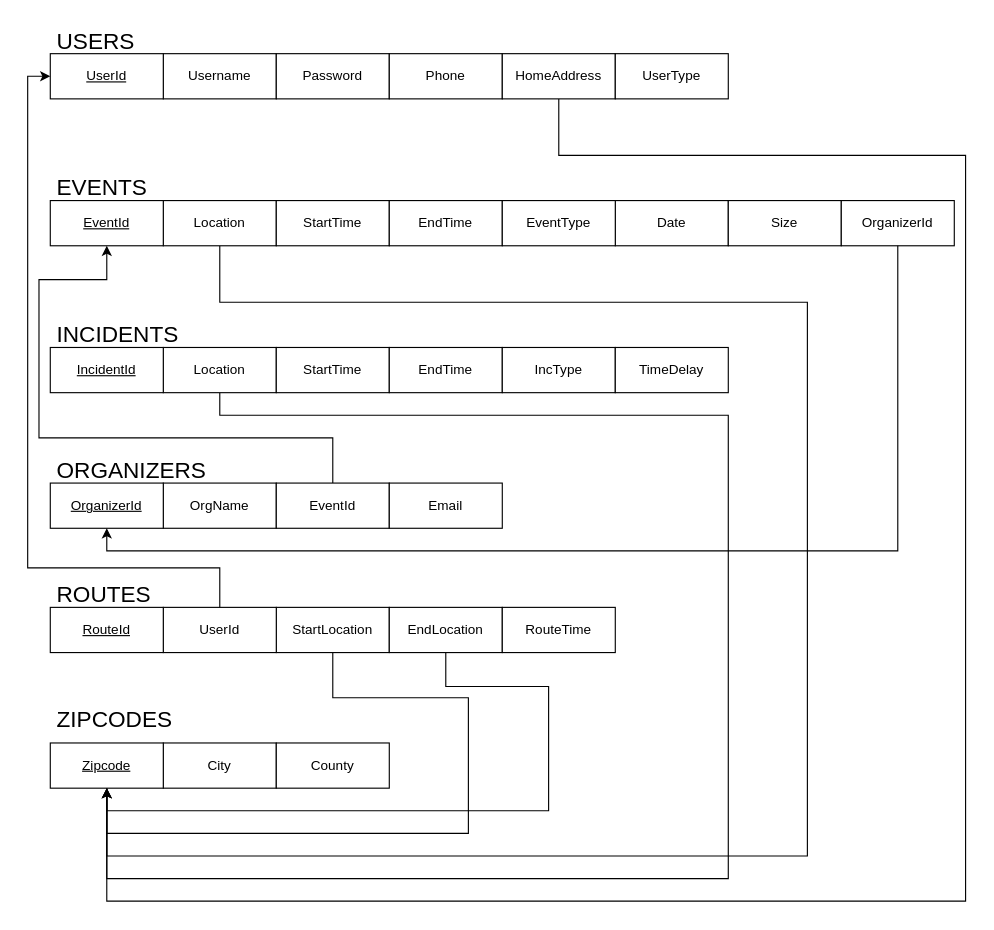
This is src/TrafficSeeIllustrativeDiagram.drawio from mariababko/TrafficSee, a draw.io file, before an edit. Source tidied: cells renumbered, new cells numbered last; positions are measured from the earlier drawing's top-left corner, leaving out a move shared by most shapes. Both pictures are drawn from the tidied source at 113%, with x=0, y=0 at pixel (27, 19).
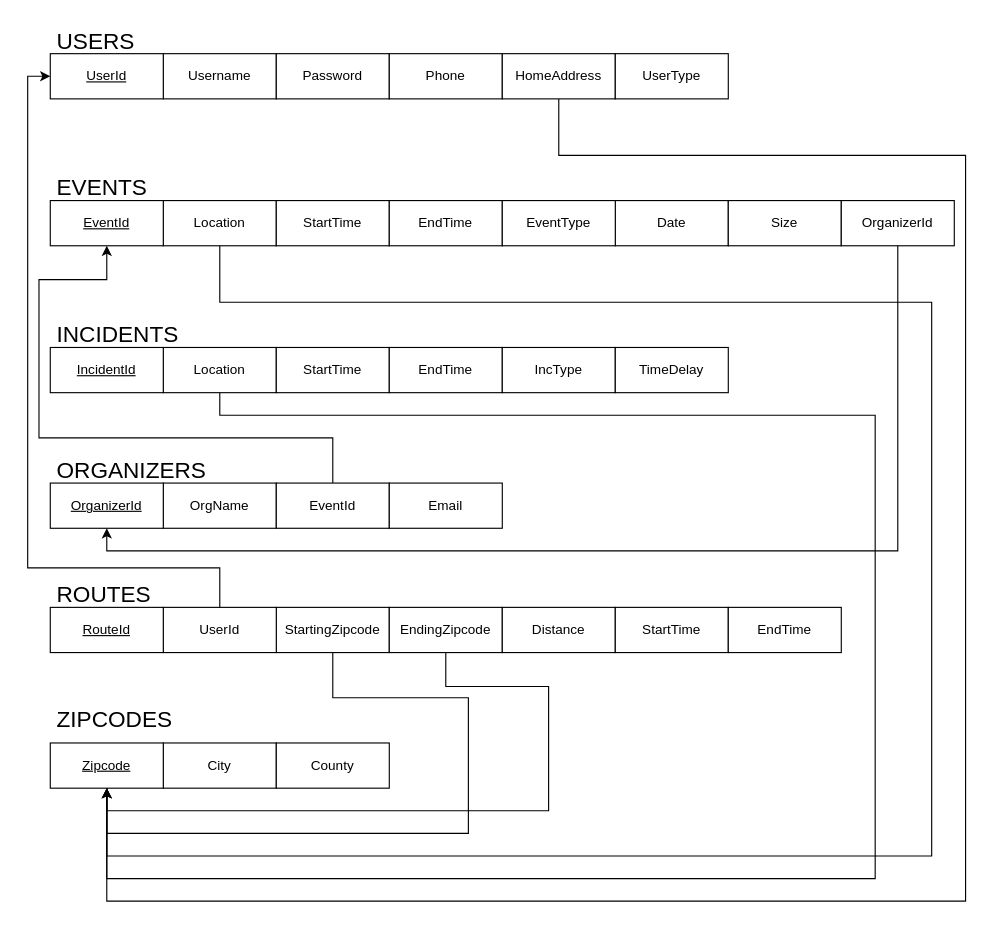
Above is the later version.

The change refers to these unchanged cells:
```xml
<mxCell id="11" value="Location" style="whiteSpace=wrap;html=1;align=center;" parent="1" vertex="1">
  <mxGeometry x="120" y="160" width="100" height="40" as="geometry" />
</mxCell>
<mxCell id="20" value="Location" style="whiteSpace=wrap;html=1;align=center;" parent="1" vertex="1">
  <mxGeometry x="120" y="290" width="100" height="40" as="geometry" />
</mxCell>
<mxCell id="46" value="&lt;u&gt;Zipcode&lt;/u&gt;" style="whiteSpace=wrap;html=1;align=center;" parent="1" vertex="1">
  <mxGeometry x="20" y="640" width="100" height="40" as="geometry" />
</mxCell>
```

The edit, as a diff of the source:
```diff
@@
     <mxCell id="10" style="edgeStyle=orthogonalEdgeStyle;rounded=0;jettySize=auto;html=1;entryX=0.5;entryY=1;entryDx=0;entryDy=0;" parent="1" edge="1" source="11" target="46">
       <mxGeometry relative="1" as="geometry">
         <Array as="points">
           <mxPoint x="170" y="250" />
-          <mxPoint x="690" y="250" />
-          <mxPoint x="690" y="740" />
+          <mxPoint x="800" y="250" />
+          <mxPoint x="800" y="740" />
           <mxPoint x="70" y="740" />
         </Array>
       </mxGeometry>
     </mxCell>
@@
     <mxCell id="19" style="edgeStyle=orthogonalEdgeStyle;rounded=0;jettySize=auto;html=1;exitX=0.5;exitY=1;exitDx=0;exitDy=0;entryX=0.5;entryY=0;entryDx=0;entryDy=0;" parent="1" edge="1" source="20" target="46">
       <mxGeometry relative="1" as="geometry">
         <Array as="points">
           <mxPoint x="170" y="350" />
-          <mxPoint x="620" y="350" />
-          <mxPoint x="620" y="760" />
+          <mxPoint x="750" y="350" />
+          <mxPoint x="750" y="760" />
           <mxPoint x="70" y="760" />
         </Array>
       </mxGeometry>
     </mxCell>
@@
-    <mxCell id="34" value="StartLocation" style="whiteSpace=wrap;html=1;align=center;" parent="1" vertex="1">
+    <mxCell id="34" value="StartingZipcode" style="whiteSpace=wrap;html=1;align=center;" parent="1" vertex="1">
       <mxGeometry x="220" y="520" width="100" height="40" as="geometry" />
     </mxCell>
@@
-    <mxCell id="37" value="EndLocation" style="whiteSpace=wrap;html=1;align=center;" parent="1" vertex="1">
+    <mxCell id="37" value="EndingZipcode" style="whiteSpace=wrap;html=1;align=center;" parent="1" vertex="1">
       <mxGeometry x="320" y="520" width="100" height="40" as="geometry" />
     </mxCell>
@@
-    <mxCell id="40" value="RouteTime" style="whiteSpace=wrap;html=1;align=center;" parent="1" vertex="1">
+    <mxCell id="40" value="Distance" style="whiteSpace=wrap;html=1;align=center;" parent="1" vertex="1">
       <mxGeometry x="420" y="520" width="100" height="40" as="geometry" />
     </mxCell>
@@
+    <mxCell id="48" value="StartTime" style="whiteSpace=wrap;html=1;align=center;" parent="1" vertex="1">
+      <mxGeometry x="520" y="520" width="100" height="40" as="geometry" />
+    </mxCell>
+    <mxCell id="49" value="EndTime" style="whiteSpace=wrap;html=1;align=center;" parent="1" vertex="1">
+      <mxGeometry x="620" y="520" width="100" height="40" as="geometry" />
+    </mxCell>
```
